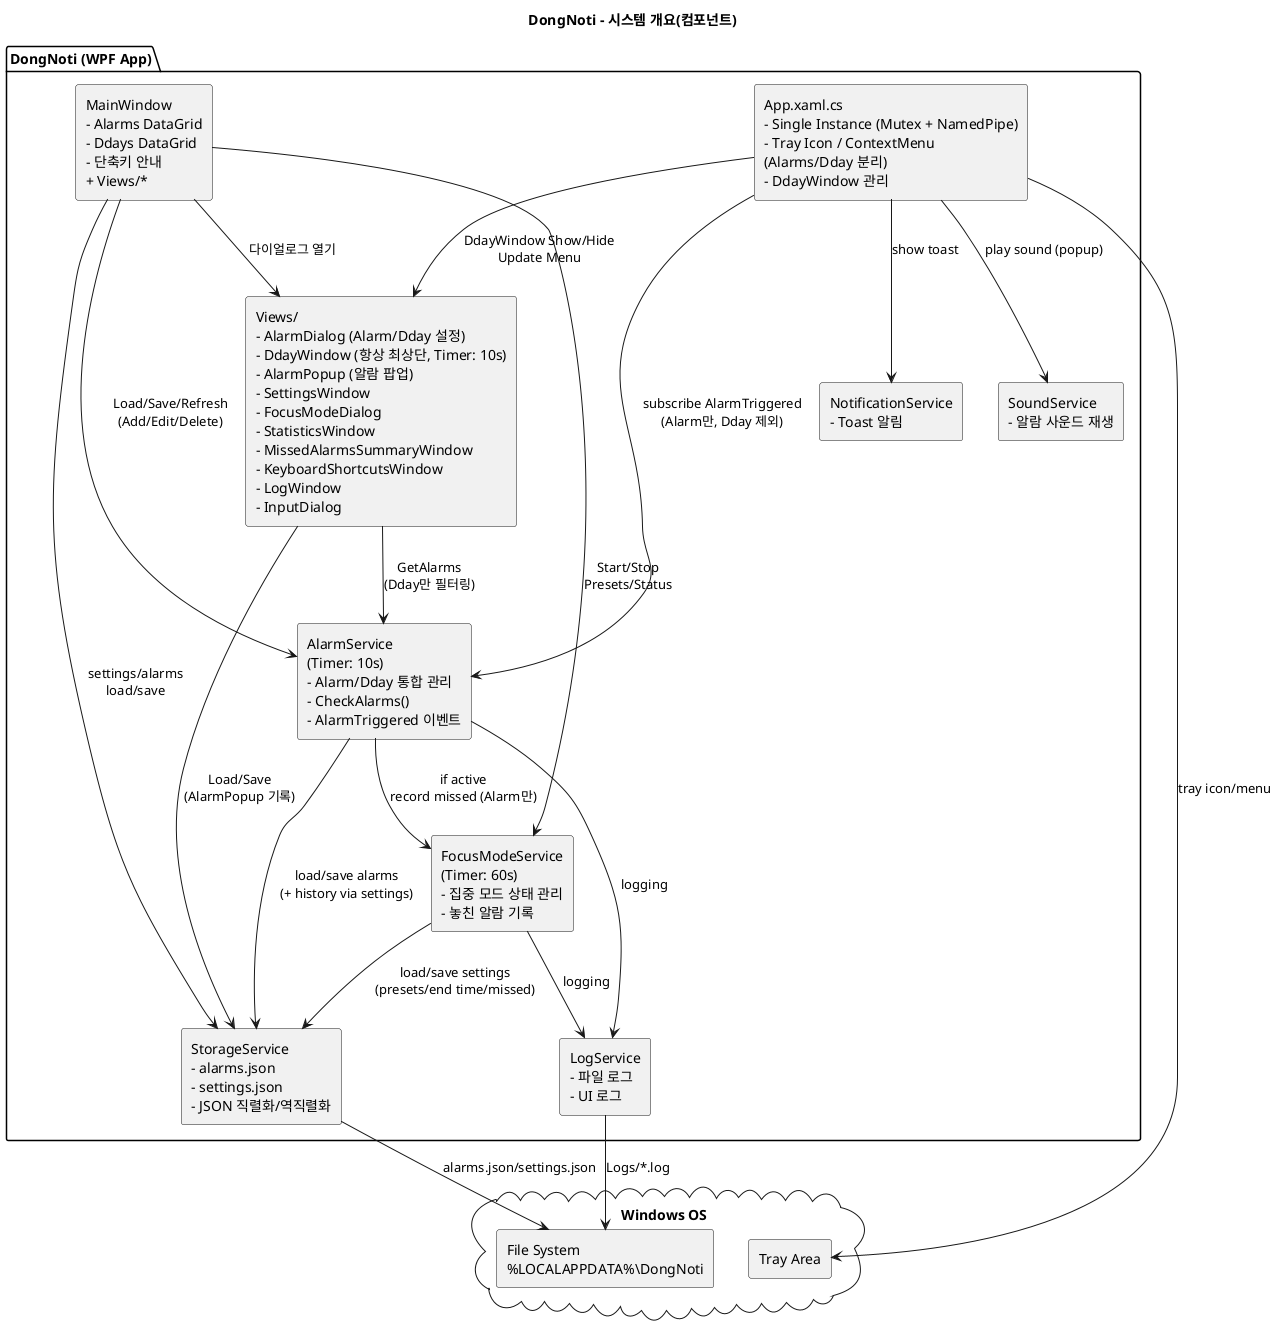
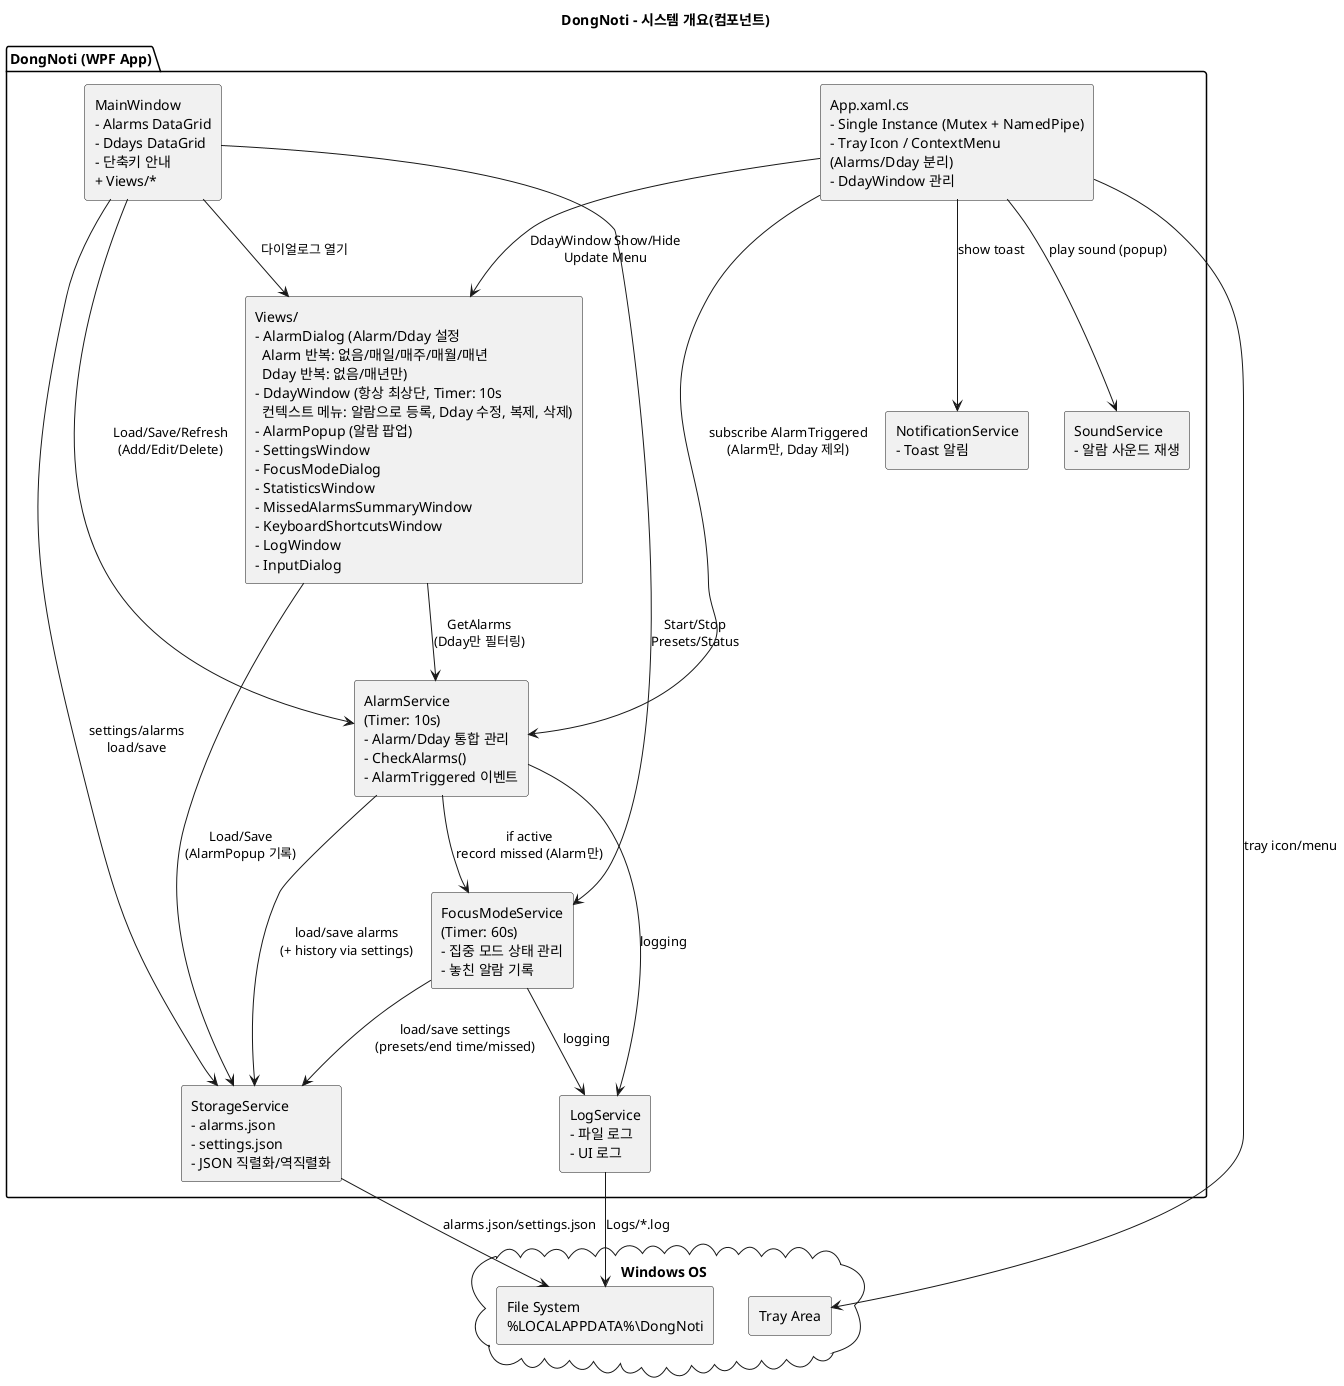
@startuml
title DongNoti - 시스템 개요(컴포넌트)

skinparam componentStyle rectangle
skinparam shadowing false

package "DongNoti (WPF App)" {
  [App.xaml.cs\n- Single Instance (Mutex + NamedPipe)\n- Tray Icon / ContextMenu\n(Alarms/Dday 분리)\n- DdayWindow 관리] as App
  [MainWindow\n- Alarms DataGrid\n- Ddays DataGrid\n- 단축키 안내\n+ Views/*] as UI
-   [Views/\n- AlarmDialog (Alarm/Dday 설정)\n- DdayWindow (항상 최상단, Timer: 10s)\n- AlarmPopup (알람 팝업)\n- SettingsWindow\n- FocusModeDialog\n- StatisticsWindow\n- MissedAlarmsSummaryWindow\n- KeyboardShortcutsWindow\n- LogWindow\n- InputDialog] as Views
+   [Views/\n- AlarmDialog (Alarm/Dday 설정\n  Alarm 반복: 없음/매일/매주/매월/매년\n  Dday 반복: 없음/매년만)\n- DdayWindow (항상 최상단, Timer: 10s\n  컨텍스트 메뉴: 알람으로 등록, Dday 수정, 복제, 삭제)\n- AlarmPopup (알람 팝업)\n- SettingsWindow\n- FocusModeDialog\n- StatisticsWindow\n- MissedAlarmsSummaryWindow\n- KeyboardShortcutsWindow\n- LogWindow\n- InputDialog] as Views
  [AlarmService\n(Timer: 10s)\n- Alarm/Dday 통합 관리\n- CheckAlarms()\n- AlarmTriggered 이벤트] as AlarmService
  [FocusModeService\n(Timer: 60s)\n- 집중 모드 상태 관리\n- 놓친 알람 기록] as FocusModeService
  [NotificationService\n- Toast 알림] as NotificationService
  [SoundService\n- 알람 사운드 재생] as SoundService
  [StorageService\n- alarms.json\n- settings.json\n- JSON 직렬화/역직렬화] as StorageService
  [LogService\n- 파일 로그\n- UI 로그] as LogService

  UI --> AlarmService : Load/Save/Refresh\n(Add/Edit/Delete)
  UI --> FocusModeService : Start/Stop\nPresets/Status
  UI --> StorageService : settings/alarms\nload/save
  UI --> Views : 다이얼로그 열기
  App --> AlarmService : subscribe AlarmTriggered\n(Alarm만, Dday 제외)
  App --> NotificationService : show toast
  App --> SoundService : play sound (popup)
  App --> Views : DdayWindow Show/Hide\nUpdate Menu
  Views --> AlarmService : GetAlarms\n(Dday만 필터링)
  Views --> StorageService : Load/Save\n(AlarmPopup 기록)
  AlarmService --> StorageService : load/save alarms\n(+ history via settings)
  AlarmService --> FocusModeService : if active\nrecord missed (Alarm만)
  AlarmService --> LogService : logging
  FocusModeService --> StorageService : load/save settings\n(presets/end time/missed)
  FocusModeService --> LogService : logging
}

cloud "Windows OS" {
  [Tray Area] as Tray
  [File System\n%LOCALAPPDATA%\\DongNoti] as FS
}

App --> Tray : tray icon/menu
StorageService --> FS : alarms.json/settings.json
LogService --> FS : Logs/*.log

@enduml

